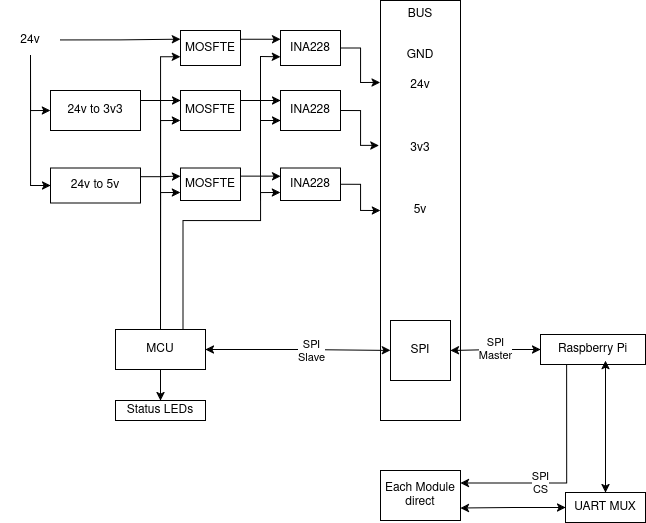
Above: docs/images/backplane-diagram.png in TripleTrable/OpenMTB (draw.io), before the change. Source tidied: cells renumbered, new cells last; positions are measured from the earlier drawing's top-left corner, leaving out a move shared by most shapes.
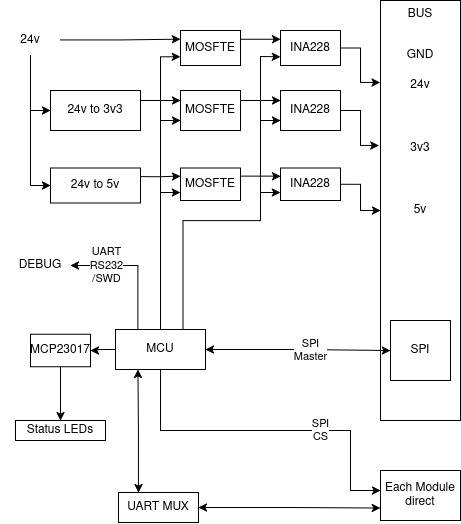
The same diagram one commit later.

Commit message:
Append documentation of project current status

Change to the diagram source:
```diff
@@ -47,30 +47,24 @@
     <mxCell id="16" value="24v" style="text;html=1;align=center;verticalAlign=middle;whiteSpace=wrap;rounded=0;" parent="1" vertex="1">
       <mxGeometry y="24.5" width="60" height="30" as="geometry" />
     </mxCell>
-    <mxCell id="17" style="edgeStyle=orthogonalEdgeStyle;rounded=0;jettySize=auto;html=1;exitX=0;exitY=0.5;exitDx=0;exitDy=0;entryX=1;entryY=0.5;entryDx=0;entryDy=0;startArrow=classic;startFill=1;" parent="1" edge="1" source="21" target="7">
-      <mxGeometry relative="1" as="geometry" />
-    </mxCell>
-    <mxCell id="18" value="&lt;div&gt;SPI&lt;/div&gt;&lt;div&gt;Master&lt;/div&gt;" style="edgeLabel;html=1;align=center;verticalAlign=middle;" parent="17" vertex="1">
-      <mxGeometry x="-0.01" y="-1" relative="1" as="geometry" />
-    </mxCell>
-    <mxCell id="19" style="edgeStyle=orthogonalEdgeStyle;rounded=0;jettySize=auto;html=1;exitX=0.25;exitY=1;exitDx=0;exitDy=0;entryX=1;entryY=0.25;entryDx=0;entryDy=0;" parent="1" edge="1" source="21" target="8">
-      <mxGeometry relative="1" as="geometry" />
+    <mxCell id="19" style="edgeStyle=orthogonalEdgeStyle;rounded=0;jettySize=auto;html=1;exitX=0.5;exitY=1;exitDx=0;exitDy=0;entryX=0;entryY=0.4;entryDx=0;entryDy=0;entryPerimeter=0;" parent="1" edge="1" source="29" target="8">
+      <mxGeometry relative="1" as="geometry">
+        <Array as="points">
+          <mxPoint x="160" y="430" />
+          <mxPoint x="350" y="430" />
+          <mxPoint x="350" y="490" />
+        </Array>
+      </mxGeometry>
     </mxCell>
     <mxCell id="20" value="&lt;div&gt;SPI&lt;/div&gt;&lt;div&gt;CS&lt;/div&gt;" style="edgeLabel;html=1;align=center;verticalAlign=middle;" parent="19" vertex="1">
       <mxGeometry x="0.3" relative="1" as="geometry" />
     </mxCell>
-    <mxCell id="21" value="Raspberry Pi" style="rounded=0;whiteSpace=wrap;html=1;" parent="1" vertex="1">
-      <mxGeometry x="540" y="334" width="105" height="30" as="geometry" />
-    </mxCell>
     <mxCell id="22" style="edgeStyle=orthogonalEdgeStyle;rounded=0;jettySize=auto;html=1;exitX=1;exitY=0.5;exitDx=0;exitDy=0;startArrow=classic;startFill=1;" parent="1" edge="1" source="29" target="7">
       <mxGeometry relative="1" as="geometry" />
     </mxCell>
-    <mxCell id="23" value="&lt;div&gt;SPI&lt;/div&gt;&lt;div&gt;Slave&lt;/div&gt;" style="edgeLabel;html=1;align=center;verticalAlign=middle;" parent="22" vertex="1">
+    <mxCell id="23" value="&lt;div&gt;SPI&lt;/div&gt;&lt;div&gt;Master&lt;/div&gt;" style="edgeLabel;html=1;align=center;verticalAlign=middle;" parent="22" vertex="1">
       <mxGeometry x="0.14" relative="1" as="geometry" />
     </mxCell>
-    <mxCell id="24" style="edgeStyle=orthogonalEdgeStyle;rounded=0;jettySize=auto;html=1;" parent="1" edge="1" source="29" target="30">
-      <mxGeometry relative="1" as="geometry" />
-    </mxCell>
     <mxCell id="25" style="edgeStyle=orthogonalEdgeStyle;rounded=0;jettySize=auto;html=1;exitX=0.5;exitY=0;exitDx=0;exitDy=0;entryX=0;entryY=0.75;entryDx=0;entryDy=0;" parent="1" edge="1" source="29" target="42">
       <mxGeometry relative="1" as="geometry" />
     </mxCell>
@@ -89,17 +83,28 @@
         </Array>
       </mxGeometry>
     </mxCell>
+    <mxCell id="48" style="edgeStyle=orthogonalEdgeStyle;rounded=0;jettySize=auto;html=1;" parent="1" edge="1" source="29" target="52">
+      <mxGeometry relative="1" as="geometry" />
+    </mxCell>
+    <mxCell id="49" style="edgeStyle=orthogonalEdgeStyle;rounded=0;jettySize=auto;html=1;exitX=0.25;exitY=0;exitDx=0;exitDy=0;entryX=1;entryY=0.5;entryDx=0;entryDy=0;" parent="1" edge="1" source="29" target="53">
+      <mxGeometry relative="1" as="geometry" />
+    </mxCell>
+    <mxCell id="50" value="&lt;div&gt;UART&lt;/div&gt;&lt;div&gt;RS232&lt;/div&gt;&lt;div&gt;/SWD&lt;/div&gt;" style="edgeLabel;html=1;align=center;verticalAlign=middle;" parent="49" vertex="1">
+      <mxGeometry x="0.59" y="-2" relative="1" as="geometry">
+        <mxPoint x="8" y="2" as="offset" />
+      </mxGeometry>
+    </mxCell>
     <mxCell id="29" value="MCU" style="rounded=0;whiteSpace=wrap;html=1;" parent="1" vertex="1">
       <mxGeometry x="115" y="329" width="90" height="40" as="geometry" />
     </mxCell>
     <mxCell id="30" value="Status LEDs" style="rounded=0;whiteSpace=wrap;html=1;" parent="1" vertex="1">
-      <mxGeometry x="115" y="400" width="90" height="20" as="geometry" />
+      <mxGeometry x="15" y="420" width="90" height="20" as="geometry" />
     </mxCell>
-    <mxCell id="31" style="edgeStyle=orthogonalEdgeStyle;rounded=0;jettySize=auto;html=1;exitX=0;exitY=0.5;exitDx=0;exitDy=0;entryX=1;entryY=0.75;entryDx=0;entryDy=0;startArrow=classic;startFill=1;" parent="1" edge="1" source="32" target="8">
+    <mxCell id="31" style="edgeStyle=orthogonalEdgeStyle;rounded=0;jettySize=auto;html=1;entryX=0;entryY=0.75;entryDx=0;entryDy=0;startArrow=classic;startFill=1;" parent="1" edge="1" source="32" target="8">
       <mxGeometry relative="1" as="geometry" />
     </mxCell>
     <mxCell id="32" value="UART MUX" style="rounded=0;whiteSpace=wrap;html=1;" parent="1" vertex="1">
-      <mxGeometry x="565" y="492" width="80" height="30" as="geometry" />
+      <mxGeometry x="118" y="492" width="80" height="30" as="geometry" />
     </mxCell>
     <mxCell id="33" style="edgeStyle=orthogonalEdgeStyle;rounded=0;jettySize=auto;html=1;exitX=1;exitY=0.25;exitDx=0;exitDy=0;entryX=0;entryY=0.25;entryDx=0;entryDy=0;" parent="1" edge="1" source="34" target="39">
       <mxGeometry relative="1" as="geometry" />
@@ -131,7 +136,7 @@
     <mxCell id="42" value="MOSFTE" style="rounded=0;whiteSpace=wrap;html=1;" parent="1" vertex="1">
       <mxGeometry x="180" y="30" width="60" height="35" as="geometry" />
     </mxCell>
-    <mxCell id="43" style="edgeStyle=orthogonalEdgeStyle;rounded=0;jettySize=auto;html=1;exitX=0.5;exitY=0;exitDx=0;exitDy=0;entryX=0.619;entryY=0.867;entryDx=0;entryDy=0;entryPerimeter=0;startArrow=classic;startFill=1;" parent="1" edge="1" source="32" target="21">
+    <mxCell id="43" style="edgeStyle=orthogonalEdgeStyle;rounded=0;jettySize=auto;html=1;exitX=0.25;exitY=0;exitDx=0;exitDy=0;entryX=0.25;entryY=1;entryDx=0;entryDy=0;startArrow=classic;startFill=1;" parent="1" edge="1" source="32" target="29">
       <mxGeometry relative="1" as="geometry" />
     </mxCell>
     <mxCell id="44" style="endArrow=classic;html=1;rounded=0;entryX=0;entryY=0.75;entryDx=0;entryDy=0;" parent="1" edge="1" target="39">
@@ -156,5 +161,14 @@
     <mxCell id="47" style="edgeStyle=orthogonalEdgeStyle;rounded=0;jettySize=auto;html=1;exitX=1;exitY=0.5;exitDx=0;exitDy=0;entryX=-0.02;entryY=0.345;entryDx=0;entryDy=0;entryPerimeter=0;" parent="1" edge="1" source="39" target="2">
       <mxGeometry relative="1" as="geometry" />
     </mxCell>
+    <mxCell id="51" style="edgeStyle=orthogonalEdgeStyle;rounded=0;jettySize=auto;html=1;" parent="1" edge="1" source="52" target="30">
+      <mxGeometry relative="1" as="geometry" />
+    </mxCell>
+    <mxCell id="52" value="MCP23017" style="rounded=0;whiteSpace=wrap;html=1;" parent="1" vertex="1">
+      <mxGeometry x="30" y="333.8" width="60" height="32.5" as="geometry" />
+    </mxCell>
+    <mxCell id="53" value="DEBUG" style="text;html=1;align=center;verticalAlign=middle;whiteSpace=wrap;rounded=0;" parent="1" vertex="1">
+      <mxGeometry x="10" y="250" width="60" height="30" as="geometry" />
+    </mxCell>
   </root>
 </mxGraphModel>
```
